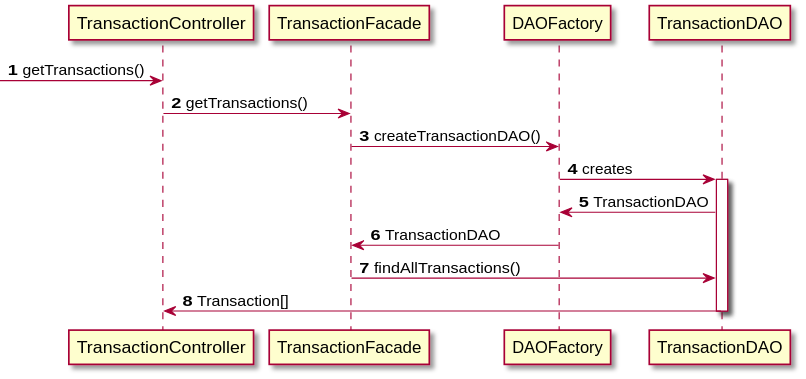
Earlier version of the PlantUML export documentation/software_design/get_transactions/get_transactions_sequence_diagram.svg (Julien-Wiegandt/SplitPay).
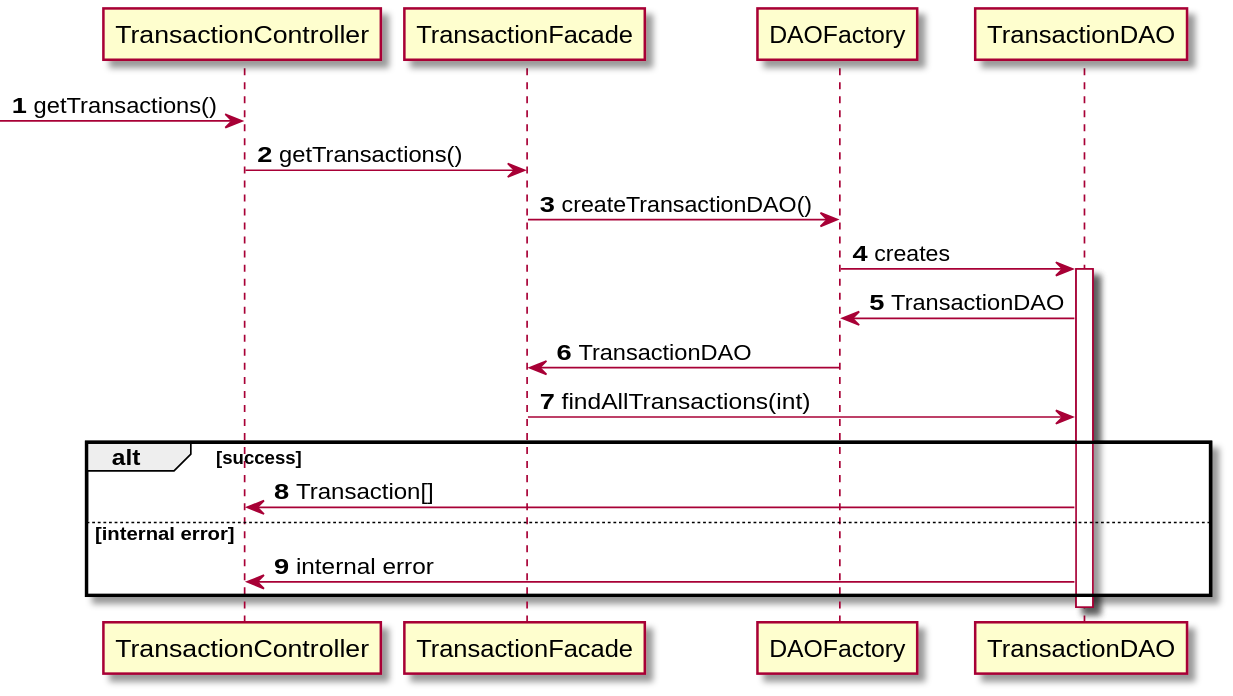
After the change.

Commit message:
Added missing argument in function

What changed in the source:
```diff
@@ -14,8 +14,13 @@
 
 TransactionDAO -> DAOFactory : TransactionDAO
 DAOFactory -> TransactionFacade : TransactionDAO
-TransactionFacade -> TransactionDAO : findAllTransactions()
+TransactionFacade -> TransactionDAO : findAllTransactions(int)
+
+alt success
 TransactionDAO -> TransactionController : Transaction[]
+else internal error
+TransactionDAO -> TransactionController : internal error
+end
 
 deactivate TransactionDAO
 
```
